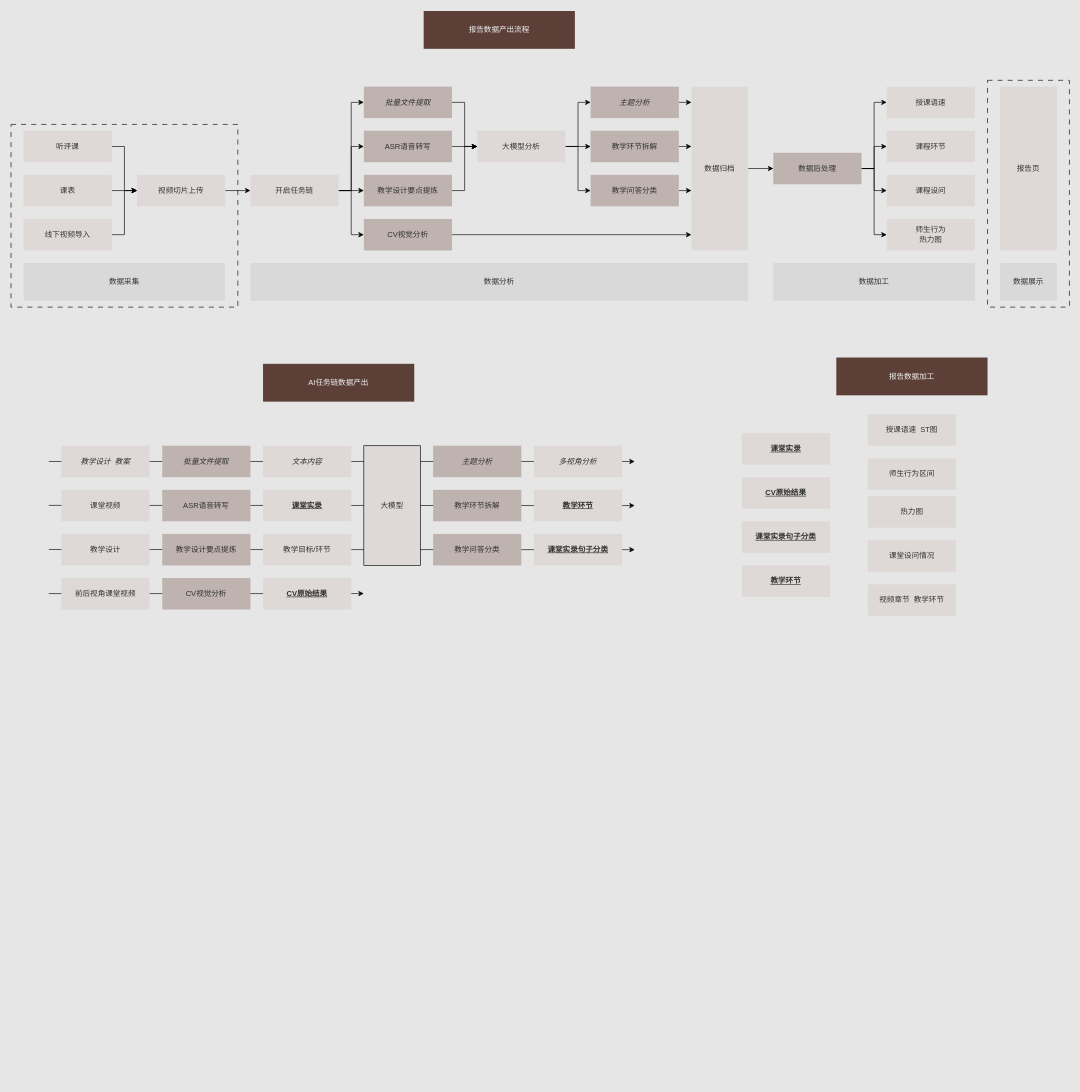
Earlier version of the draw.io diagram 2024年度工作总结.drawio (Picaloer/pica.drawio). Source tidied: cells renumbered, new cells numbered last; positions are measured from the earlier drawing's top-left corner, leaving out a move shared by most shapes. Both pictures are drawn from the tidied source at 63%, with x=0, y=0 at pixel (11, 11).
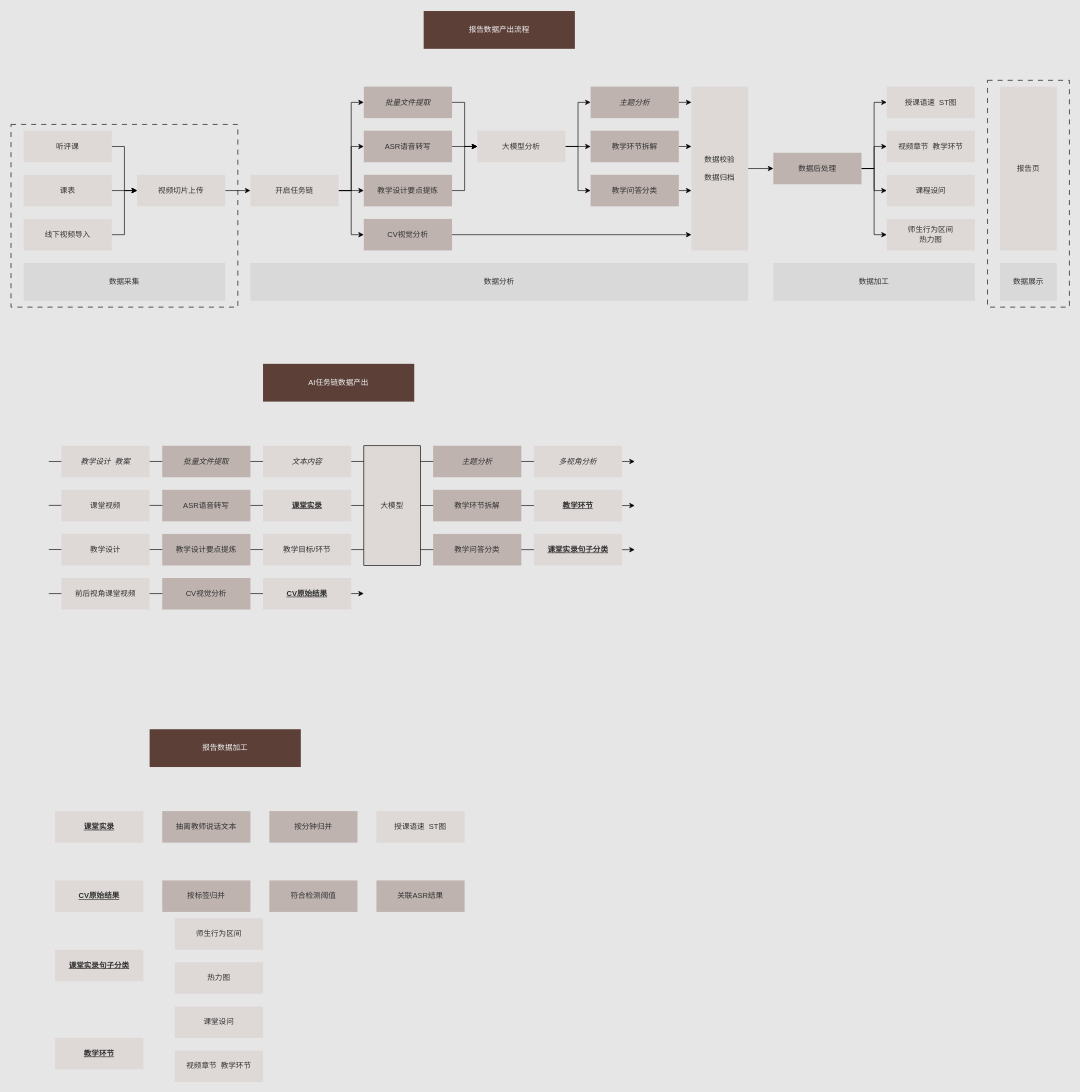
The same diagram, later.

Commit message (it also covers changes not shown here):
更新2024年度工作总结.drawio

Diff of the diagram source:
```diff
@@
-    <mxCell id="41" value="数据归档" style="whiteSpace=wrap;html=1;strokeColor=none;fillColor=#DED9D7;fontColor=#323232;" parent="1" vertex="1">
+    <mxCell id="41" value="&lt;div&gt;数据校验&lt;/div&gt;&lt;div&gt;&lt;br&gt;&lt;/div&gt;&lt;div&gt;数据归档&lt;/div&gt;" style="whiteSpace=wrap;html=1;strokeColor=none;fillColor=#DED9D7;fontColor=#323232;" parent="1" vertex="1">
       <mxGeometry x="1080" y="120" width="90" height="260" as="geometry" />
     </mxCell>
@@
-    <mxCell id="44" value="授课语速" style="whiteSpace=wrap;html=1;strokeColor=none;fillColor=#DED9D7;fontColor=#323232;" parent="1" vertex="1">
+    <mxCell id="44" value="授课语速&amp;nbsp; ST图" style="whiteSpace=wrap;html=1;strokeColor=none;fillColor=#DED9D7;fontColor=#323232;" parent="1" vertex="1">
       <mxGeometry x="1390" y="120" width="140" height="50" as="geometry" />
     </mxCell>
-    <mxCell id="45" value="&lt;div&gt;师生行为&lt;/div&gt;&lt;div&gt;热力图&lt;br&gt;&lt;/div&gt;" style="whiteSpace=wrap;html=1;strokeColor=none;fillColor=#DED9D7;fontColor=#323232;" parent="1" vertex="1">
+    <mxCell id="45" value="&lt;div&gt;师生行为区间&lt;/div&gt;&lt;div&gt;热力图&lt;br&gt;&lt;/div&gt;" style="whiteSpace=wrap;html=1;strokeColor=none;fillColor=#DED9D7;fontColor=#323232;" parent="1" vertex="1">
       <mxGeometry x="1390" y="330" width="140" height="50" as="geometry" />
     </mxCell>
@@
-    <mxCell id="47" value="课程环节" style="whiteSpace=wrap;html=1;strokeColor=none;fillColor=#DED9D7;fontColor=#323232;" parent="1" vertex="1">
+    <mxCell id="47" value="视频章节&amp;nbsp; 教学环节" style="whiteSpace=wrap;html=1;strokeColor=none;fillColor=#DED9D7;fontColor=#323232;" parent="1" vertex="1">
       <mxGeometry x="1390" y="190" width="140" height="50" as="geometry" />
     </mxCell>
@@
     <mxCell id="77" value="报告数据加工" style="rounded=0;whiteSpace=wrap;html=1;fillColor=#5C4038;gradientColor=none;fontColor=#F2F2F2;strokeColor=none;" parent="1" vertex="1">
-      <mxGeometry x="1310" y="550" width="240" height="60" as="geometry" />
+      <mxGeometry x="220" y="1140" width="240" height="60" as="geometry" />
     </mxCell>
     <mxCell id="78" value="课堂实录" style="whiteSpace=wrap;html=1;strokeColor=none;fillColor=#DED9D7;fontColor=#323232;fontStyle=5;" parent="1" vertex="1">
-      <mxGeometry x="1160" y="670" width="140" height="50" as="geometry" />
+      <mxGeometry x="70" y="1270" width="140" height="50" as="geometry" />
     </mxCell>
     <mxCell id="79" value="CV原始结果" style="whiteSpace=wrap;html=1;strokeColor=none;fillColor=#DED9D7;fontColor=#323232;fontStyle=5;" parent="1" vertex="1">
-      <mxGeometry x="1160" y="740" width="140" height="50" as="geometry" />
+      <mxGeometry x="70" y="1380" width="140" height="50" as="geometry" />
     </mxCell>
     <mxCell id="80" value="课堂实录句子分类" style="whiteSpace=wrap;html=1;strokeColor=none;fillColor=#DED9D7;fontColor=#323232;fontStyle=5;" parent="1" vertex="1">
-      <mxGeometry x="1160" y="810" width="140" height="50" as="geometry" />
+      <mxGeometry x="70" y="1490" width="140" height="50" as="geometry" />
     </mxCell>
     <mxCell id="81" value="教学环节" style="whiteSpace=wrap;html=1;strokeColor=none;fillColor=#DED9D7;fontColor=#323232;fontStyle=5;" parent="1" vertex="1">
-      <mxGeometry x="1160" y="880" width="140" height="50" as="geometry" />
+      <mxGeometry x="70" y="1630" width="140" height="50" as="geometry" />
     </mxCell>
     <mxCell id="82" value="授课语速&amp;nbsp; ST图" style="whiteSpace=wrap;html=1;strokeColor=none;fillColor=#DED9D7;fontColor=#323232;" parent="1" vertex="1">
-      <mxGeometry x="1360" y="640" width="140" height="50" as="geometry" />
+      <mxGeometry x="580" y="1270" width="140" height="50" as="geometry" />
     </mxCell>
     <mxCell id="83" value="师生行为区间" style="whiteSpace=wrap;html=1;strokeColor=none;fillColor=#DED9D7;fontColor=#323232;" parent="1" vertex="1">
-      <mxGeometry x="1360" y="710" width="140" height="50" as="geometry" />
+      <mxGeometry x="260" y="1440" width="140" height="50" as="geometry" />
     </mxCell>
     <mxCell id="84" value="热力图" style="whiteSpace=wrap;html=1;strokeColor=none;fillColor=#DED9D7;fontColor=#323232;" parent="1" vertex="1">
-      <mxGeometry x="1360" y="770" width="140" height="50" as="geometry" />
+      <mxGeometry x="260" y="1510" width="140" height="50" as="geometry" />
     </mxCell>
-    <mxCell id="85" value="课堂设问情况" style="whiteSpace=wrap;html=1;strokeColor=none;fillColor=#DED9D7;fontColor=#323232;" parent="1" vertex="1">
-      <mxGeometry x="1360" y="840" width="140" height="50" as="geometry" />
+    <mxCell id="85" value="课堂设问" style="whiteSpace=wrap;html=1;strokeColor=none;fillColor=#DED9D7;fontColor=#323232;" parent="1" vertex="1">
+      <mxGeometry x="260" y="1580" width="140" height="50" as="geometry" />
     </mxCell>
     <mxCell id="86" value="视频章节&amp;nbsp; 教学环节" style="whiteSpace=wrap;html=1;strokeColor=none;fillColor=#DED9D7;fontColor=#323232;" parent="1" vertex="1">
-      <mxGeometry x="1360" y="910" width="140" height="50" as="geometry" />
+      <mxGeometry x="260" y="1650" width="140" height="50" as="geometry" />
     </mxCell>
+    <mxCell id="87" value="抽离教师说话文本" style="whiteSpace=wrap;html=1;strokeColor=none;fillColor=#BEB3AF;fontColor=#323232;" parent="1" vertex="1">
+      <mxGeometry x="240" y="1270" width="140" height="50" as="geometry" />
+    </mxCell>
+    <mxCell id="88" value="按分钟归并" style="whiteSpace=wrap;html=1;strokeColor=none;fillColor=#BEB3AF;fontColor=#323232;" parent="1" vertex="1">
+      <mxGeometry x="410" y="1270" width="140" height="50" as="geometry" />
+    </mxCell>
+    <mxCell id="89" value="按标签归并" style="whiteSpace=wrap;html=1;strokeColor=none;fillColor=#BEB3AF;fontColor=#323232;" parent="1" vertex="1">
+      <mxGeometry x="240" y="1380" width="140" height="50" as="geometry" />
+    </mxCell>
+    <mxCell id="90" value="符合检测阈值" style="whiteSpace=wrap;html=1;strokeColor=none;fillColor=#BEB3AF;fontColor=#323232;" parent="1" vertex="1">
+      <mxGeometry x="410" y="1380" width="140" height="50" as="geometry" />
+    </mxCell>
+    <mxCell id="91" value="关联ASR结果" style="whiteSpace=wrap;html=1;strokeColor=none;fillColor=#BEB3AF;fontColor=#323232;" parent="1" vertex="1">
+      <mxGeometry x="580" y="1380" width="140" height="50" as="geometry" />
+    </mxCell>
```
